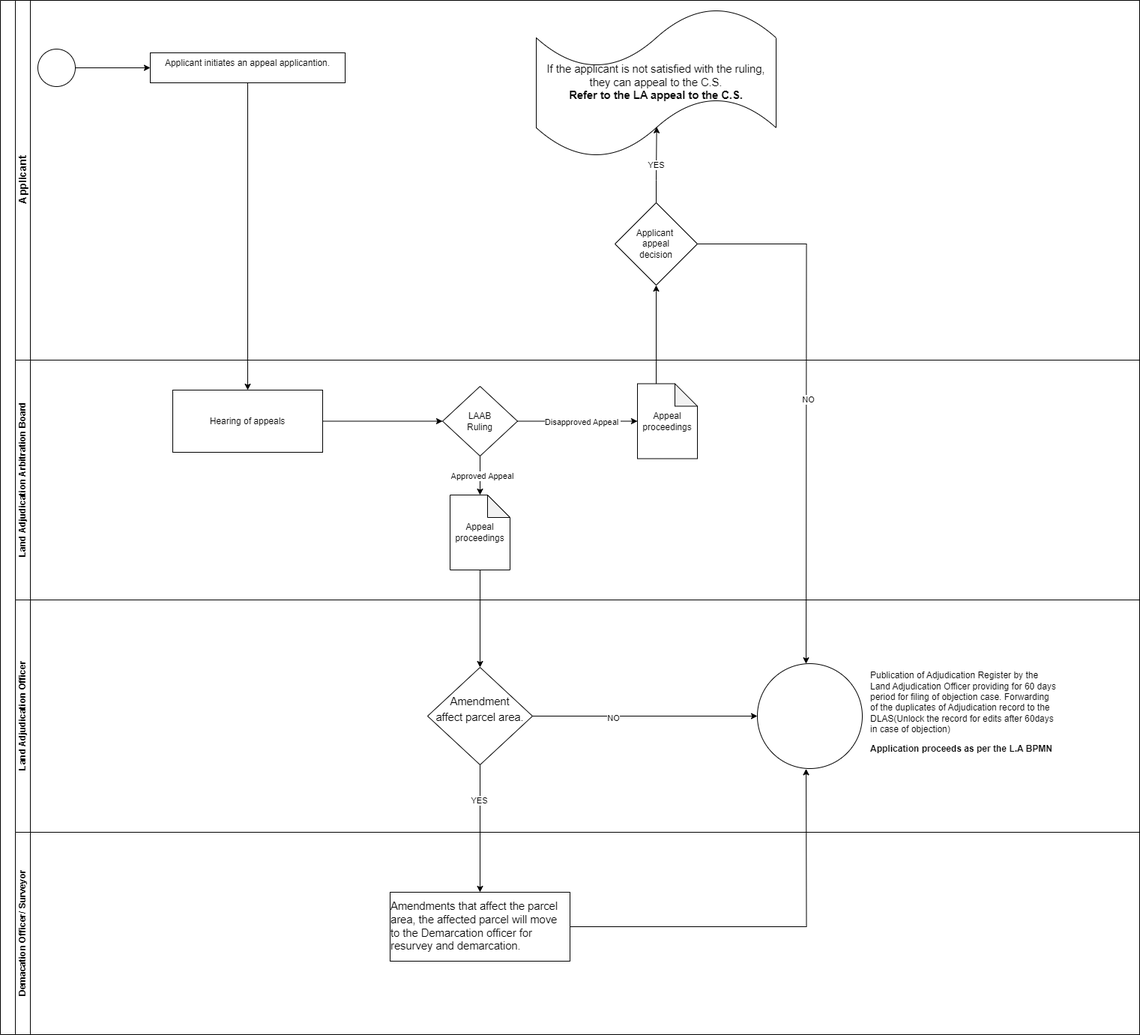
This is Land Adjudication Appeal to the LAAB.drawio.png from geoprojectke/BPMN, a draw.io export, as it was before one commit. Source tidied: cells renumbered, new cells last; positions are measured from the earlier drawing's top-left corner, leaving out a move shared by most shapes.
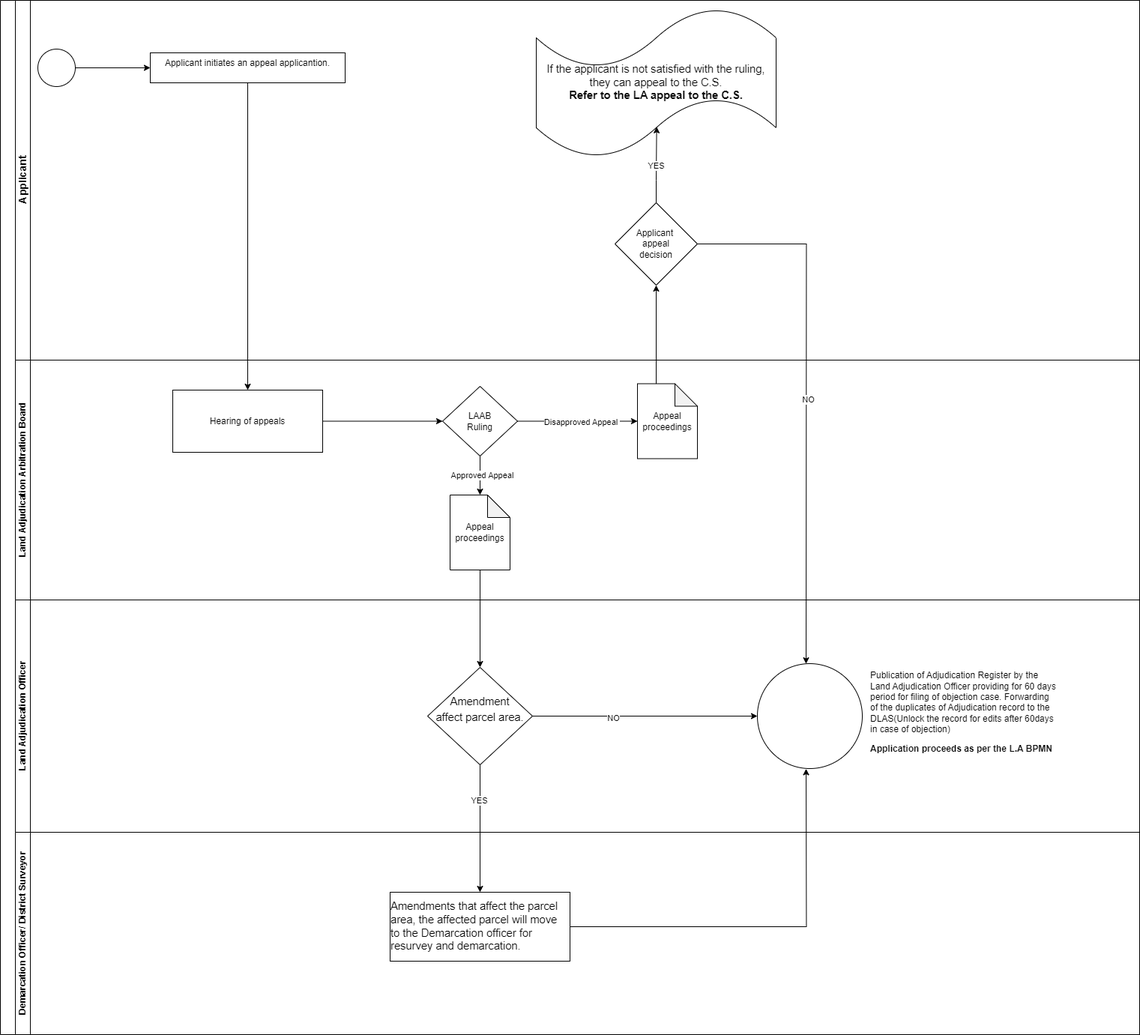
Later version of the same file.

What changed in the source:
```diff
@@ -77,7 +77,7 @@
     <mxCell id="26" value="&lt;p style=&quot;text-align: left;&quot; class=&quot;MsoNormal&quot;&gt;&lt;span lang=&quot;EN-GB&quot;&gt;Publication of Adjudication Register by the Land Adjudication Officer providing for 60 days period for filing of objection case. Forwarding of the duplicates of Adjudication record to the DLAS(Unlock the record for edits after 60days in case of objection)&lt;/span&gt;&lt;/p&gt;&lt;p style=&quot;text-align: left;&quot; class=&quot;MsoNormal&quot;&gt;&lt;span lang=&quot;EN-GB&quot;&gt;&lt;b&gt;Application proceeds as per the L.A BPMN&lt;/b&gt;&lt;/span&gt;&lt;/p&gt;" style="whiteSpace=wrap;html=1;strokeColor=none;" parent="21" vertex="1">
       <mxGeometry x="1140" y="85" width="250" height="130" as="geometry" />
     </mxCell>
-    <mxCell id="27" value="Demacation Officer/ Surveyor" style="swimlane;html=1;startSize=20;horizontal=0;" parent="2" vertex="1">
+    <mxCell id="27" value="Demarcation Officer/ District Surveyor" style="swimlane;html=1;startSize=20;horizontal=0;" parent="2" vertex="1">
       <mxGeometry x="20" y="1110" width="1500" height="270" as="geometry" />
     </mxCell>
     <mxCell id="28" style="edgeStyle=orthogonalEdgeStyle;rounded=0;orthogonalLoop=1;jettySize=auto;html=1;exitX=0.5;exitY=1;exitDx=0;exitDy=0;" parent="27" edge="1">
```
